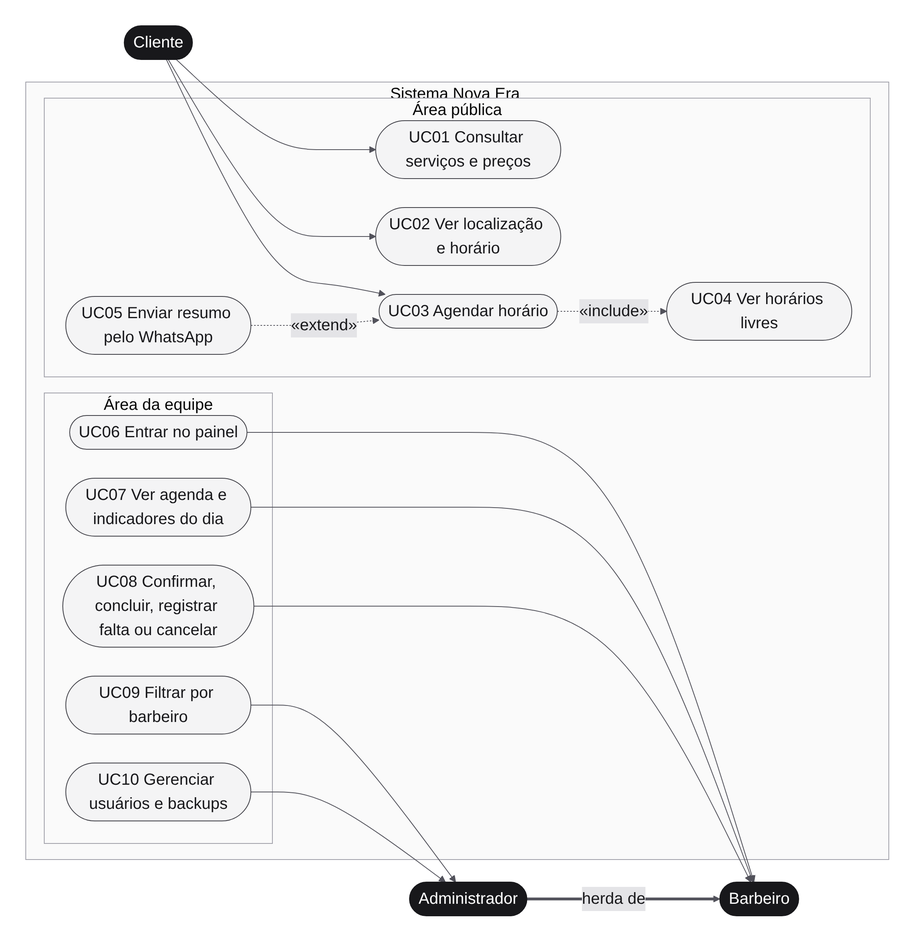
Earlier version of the Mermaid export docs/diagramas/04-casos-de-uso.png (GustavoResendeDev/V2.AtividadeEscolar). Its source is kept beside it as docs/diagramas/fonte/04-casos-de-uso.mmd.
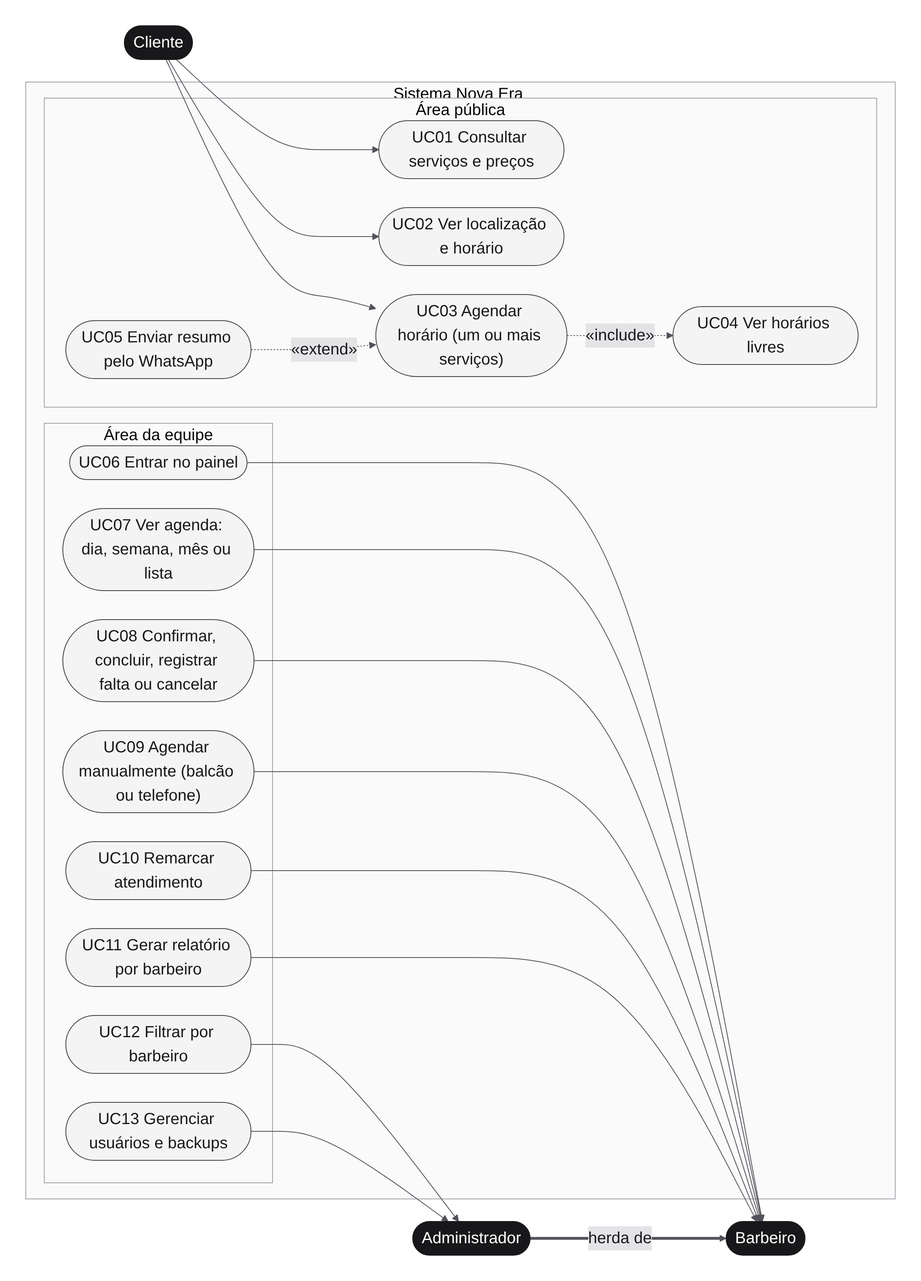
The same diagram one commit later.

Diff of the diagram source:
```diff
@@ -6,17 +6,20 @@
       direction TB
       UC1(["UC01 Consultar serviços e preços"])
       UC2(["UC02 Ver localização e horário"])
-      UC3(["UC03 Agendar horário"])
+      UC3(["UC03 Agendar horário (um ou mais serviços)"])
       UC4(["UC04 Ver horários livres"])
       UC5(["UC05 Enviar resumo pelo WhatsApp"])
     end
     subgraph SE["Área da equipe"]
       direction TB
       UC6(["UC06 Entrar no painel"])
-      UC7(["UC07 Ver agenda e indicadores do dia"])
+      UC7(["UC07 Ver agenda: dia, semana, mês ou lista"])
       UC8(["UC08 Confirmar, concluir, registrar falta ou cancelar"])
-      UC9(["UC09 Filtrar por barbeiro"])
-      UC10(["UC10 Gerenciar usuários e backups"])
+      UC9(["UC09 Agendar manualmente (balcão ou telefone)"])
+      UC10(["UC10 Remarcar atendimento"])
+      UC12(["UC11 Gerar relatório por barbeiro"])
+      UC11(["UC12 Filtrar por barbeiro"])
+      UC13(["UC13 Gerenciar usuários e backups"])
     end
   end
   B(["Barbeiro"]):::ator
@@ -29,7 +32,10 @@
   UC6 --- B
   UC7 --- B
   UC8 --- B
-  UC9 --- AD
-  UC10 --- AD
+  UC9 --- B
+  UC10 --- B
+  UC12 --- B
+  UC11 --- AD
+  UC13 --- AD
   AD == "herda de" ==> B
   classDef ator fill:#18181b,color:#fff,stroke:#18181b
```
